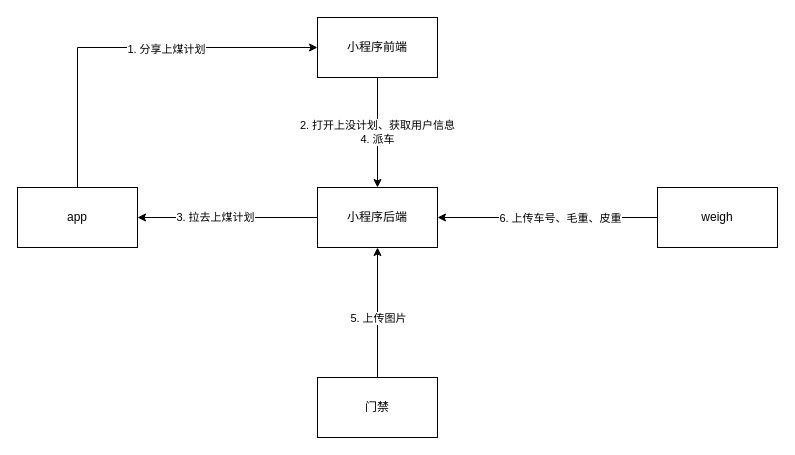
Earlier version of the draw.io diagram 互链接口.drawio (lipeng260/drawio). Source tidied: cells renumbered, new cells numbered last; positions are measured from the earlier drawing's top-left corner, leaving out a move shared by most shapes. Both pictures are drawn from the tidied source at 100%, with x=0, y=0 at pixel (17, 17).
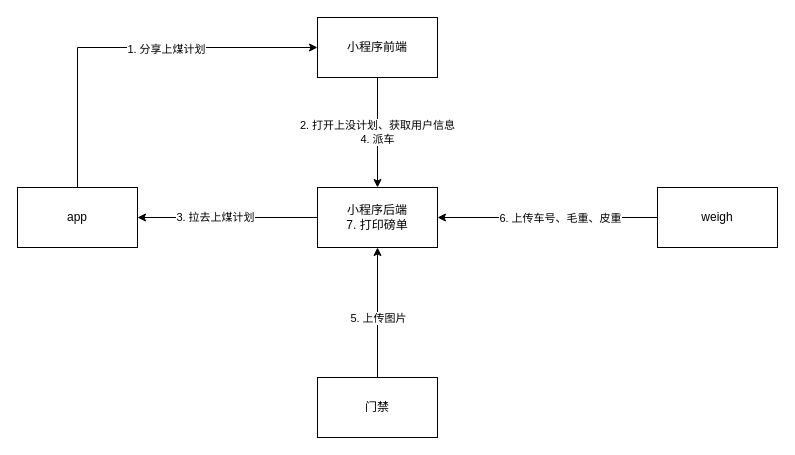
Above is the later version.

Change to the diagram source:
```diff
@@
 <mxGraphModel>
   <root>
     <mxCell id="0" />
     <mxCell id="1" parent="0" />
     <mxCell id="2" style="edgeStyle=orthogonalEdgeStyle;rounded=0;jettySize=auto;html=1;exitX=0;exitY=0.5;exitDx=0;exitDy=0;" parent="1" edge="1" source="4" target="7">
       <mxGeometry relative="1" as="geometry" />
     </mxCell>
     <mxCell id="3" value="3. 拉去上煤计划" style="edgeLabel;html=1;align=center;verticalAlign=middle;" parent="2" vertex="1">
       <mxGeometry x="0.14" y="-1" relative="1" as="geometry" />
     </mxCell>
-    <mxCell id="4" value="小程序后端" style="rounded=0;whiteSpace=wrap;html=1;" parent="1" vertex="1">
+    <mxCell id="4" value="小程序后端&lt;br&gt;7. 打印磅单" style="rounded=0;whiteSpace=wrap;html=1;" parent="1" vertex="1">
       <mxGeometry x="300" y="170" width="120" height="60" as="geometry" />
     </mxCell>
     <mxCell id="5" style="edgeStyle=orthogonalEdgeStyle;rounded=0;jettySize=auto;html=1;exitX=0.5;exitY=0;exitDx=0;exitDy=0;entryX=0;entryY=0.5;entryDx=0;entryDy=0;" parent="1" edge="1" source="7" target="15">
       <mxGeometry relative="1" as="geometry" />
     </mxCell>
     <mxCell id="6" value="1. 分享上煤计划" style="edgeLabel;html=1;align=center;verticalAlign=middle;" parent="5" vertex="1">
       <mxGeometry x="0.2" y="-1" relative="1" as="geometry" />
     </mxCell>
     <mxCell id="7" value="app" style="rounded=0;whiteSpace=wrap;html=1;" parent="1" vertex="1">
       <mxGeometry y="170" width="120" height="60" as="geometry" />
     </mxCell>
     <mxCell id="8" style="edgeStyle=orthogonalEdgeStyle;rounded=0;jettySize=auto;html=1;exitX=0;exitY=0.5;exitDx=0;exitDy=0;entryX=1;entryY=0.5;entryDx=0;entryDy=0;" parent="1" edge="1" source="10" target="4">
       <mxGeometry relative="1" as="geometry" />
     </mxCell>
     <mxCell id="9" value="6. 上传车号、毛重、皮重" style="edgeLabel;html=1;align=center;verticalAlign=middle;" parent="8" vertex="1">
       <mxGeometry x="-0.45" y="-3" relative="1" as="geometry">
         <mxPoint x="-37" y="3" as="offset" />
       </mxGeometry>
     </mxCell>
     <mxCell id="10" value="weigh" style="rounded=0;whiteSpace=wrap;html=1;" parent="1" vertex="1">
       <mxGeometry x="640" y="170" width="120" height="60" as="geometry" />
     </mxCell>
     <mxCell id="11" style="edgeStyle=orthogonalEdgeStyle;rounded=0;jettySize=auto;html=1;exitX=0.5;exitY=0;exitDx=0;exitDy=0;entryX=0.5;entryY=1;entryDx=0;entryDy=0;" parent="1" edge="1" source="13" target="4">
       <mxGeometry relative="1" as="geometry" />
     </mxCell>
     <mxCell id="12" value="5. 上传图片" style="edgeLabel;html=1;align=center;verticalAlign=middle;" parent="11" vertex="1">
       <mxGeometry x="-0.35" y="3" relative="1" as="geometry">
         <mxPoint x="3" y="-18" as="offset" />
       </mxGeometry>
     </mxCell>
     <mxCell id="13" value="门禁" style="rounded=0;whiteSpace=wrap;html=1;" parent="1" vertex="1">
       <mxGeometry x="300" y="360" width="120" height="60" as="geometry" />
     </mxCell>
     <mxCell id="14" value="2. 打开上没计划、获取用户信息&lt;br&gt;4. 派车" style="edgeStyle=orthogonalEdgeStyle;rounded=0;jettySize=auto;html=1;exitX=0.5;exitY=1;exitDx=0;exitDy=0;" parent="1" edge="1" source="15" target="4">
       <mxGeometry relative="1" as="geometry" />
     </mxCell>
     <mxCell id="15" value="小程序前端" style="rounded=0;whiteSpace=wrap;html=1;" parent="1" vertex="1">
       <mxGeometry x="300" width="120" height="60" as="geometry" />
     </mxCell>
   </root>
 </mxGraphModel>
```
